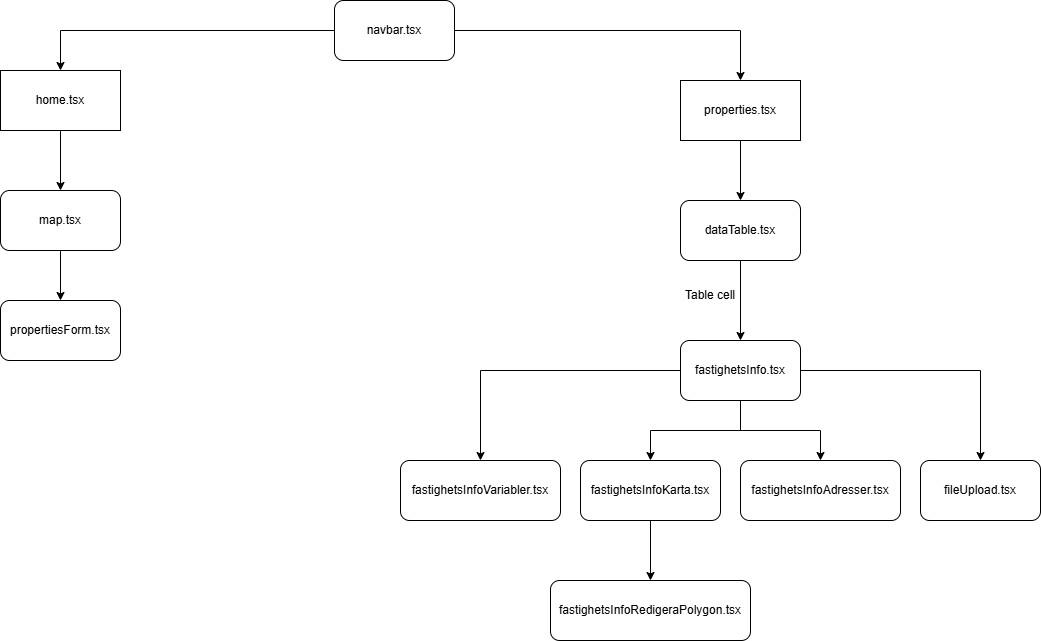
This is public/BooiqMap.drawio.png from MalcolmBurman/BooiqMapApp, a draw.io export, as it was before one commit. Source tidied: cells renumbered, new cells last; positions are measured from the earlier drawing's top-left corner, leaving out a move shared by most shapes.
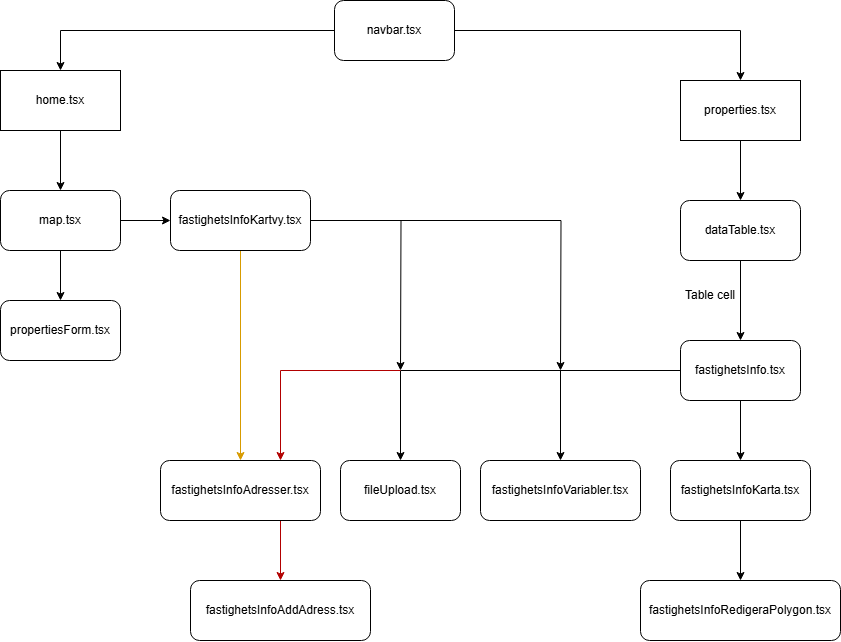
Later version of the same file.

Diff of the diagram source:
```diff
@@ -38,12 +38,17 @@
     <mxCell id="13" style="edgeStyle=orthogonalEdgeStyle;rounded=0;jettySize=auto;html=1;entryX=0.5;entryY=0;entryDx=0;entryDy=0;" parent="1" edge="1" source="16" target="21">
       <mxGeometry relative="1" as="geometry" />
     </mxCell>
-    <mxCell id="14" style="edgeStyle=orthogonalEdgeStyle;rounded=0;jettySize=auto;html=1;entryX=0.5;entryY=0;entryDx=0;entryDy=0;" parent="1" edge="1" source="16" target="19">
-      <mxGeometry relative="1" as="geometry" />
-    </mxCell>
     <mxCell id="15" style="edgeStyle=orthogonalEdgeStyle;rounded=0;jettySize=auto;html=1;entryX=0.5;entryY=0;entryDx=0;entryDy=0;" parent="1" edge="1" source="16" target="22">
       <mxGeometry relative="1" as="geometry" />
     </mxCell>
+    <mxCell id="26" style="edgeStyle=orthogonalEdgeStyle;rounded=0;jettySize=auto;html=1;entryX=0.75;entryY=0;entryDx=0;entryDy=0;fillColor=#e51400;strokeColor=#B20000;" parent="1" edge="1" target="19">
+      <mxGeometry relative="1" as="geometry">
+        <mxPoint x="400" y="370" as="sourcePoint" />
+        <Array as="points">
+          <mxPoint x="280" y="370" />
+        </Array>
+      </mxGeometry>
+    </mxCell>
     <mxCell id="16" value="fastighetsInfo.tsx" style="rounded=1;whiteSpace=wrap;html=1;" parent="1" vertex="1">
       <mxGeometry x="680" y="340" width="120" height="60" as="geometry" />
     </mxCell>
@@ -51,28 +56,53 @@
       <mxGeometry x="680" y="280" width="60" height="30" as="geometry" />
     </mxCell>
     <mxCell id="18" value="fastighetsInfoVariabler.tsx" style="rounded=1;whiteSpace=wrap;html=1;" parent="1" vertex="1">
-      <mxGeometry x="400" y="460" width="160" height="60" as="geometry" />
+      <mxGeometry x="480" y="460" width="160" height="60" as="geometry" />
     </mxCell>
+    <mxCell id="27" style="edgeStyle=orthogonalEdgeStyle;rounded=0;jettySize=auto;html=1;exitX=0.75;exitY=1;exitDx=0;exitDy=0;fillColor=#e51400;strokeColor=#B20000;" parent="1" edge="1" source="19" target="33">
+      <mxGeometry relative="1" as="geometry" />
+    </mxCell>
     <mxCell id="19" value="fastighetsInfoAdresser.tsx" style="rounded=1;whiteSpace=wrap;html=1;" parent="1" vertex="1">
-      <mxGeometry x="740" y="460" width="160" height="60" as="geometry" />
+      <mxGeometry x="160" y="460" width="160" height="60" as="geometry" />
     </mxCell>
     <mxCell id="20" style="edgeStyle=orthogonalEdgeStyle;rounded=0;jettySize=auto;html=1;" parent="1" edge="1" source="21" target="23">
       <mxGeometry relative="1" as="geometry" />
     </mxCell>
     <mxCell id="21" value="fastighetsInfoKarta.tsx" style="rounded=1;whiteSpace=wrap;html=1;" parent="1" vertex="1">
-      <mxGeometry x="580" y="460" width="140" height="60" as="geometry" />
+      <mxGeometry x="670" y="460" width="140" height="60" as="geometry" />
     </mxCell>
     <mxCell id="22" value="fileUpload.tsx" style="rounded=1;whiteSpace=wrap;html=1;" parent="1" vertex="1">
-      <mxGeometry x="920" y="460" width="120" height="60" as="geometry" />
+      <mxGeometry x="340" y="460" width="120" height="60" as="geometry" />
     </mxCell>
     <mxCell id="23" value="fastighetsInfoRedigeraPolygon.tsx" style="rounded=1;whiteSpace=wrap;html=1;" parent="1" vertex="1">
-      <mxGeometry x="550" y="580" width="200" height="60" as="geometry" />
+      <mxGeometry x="640" y="580" width="200" height="60" as="geometry" />
     </mxCell>
     <mxCell id="24" style="edgeStyle=orthogonalEdgeStyle;rounded=0;jettySize=auto;html=1;entryX=0.5;entryY=0;entryDx=0;entryDy=0;" parent="1" edge="1" source="25" target="9">
       <mxGeometry relative="1" as="geometry" />
     </mxCell>
+    <mxCell id="28" style="edgeStyle=orthogonalEdgeStyle;rounded=0;jettySize=auto;html=1;entryX=0;entryY=0.5;entryDx=0;entryDy=0;" parent="1" edge="1" source="25" target="32">
+      <mxGeometry relative="1" as="geometry" />
+    </mxCell>
     <mxCell id="25" value="map.tsx" style="rounded=1;whiteSpace=wrap;html=1;" parent="1" vertex="1">
       <mxGeometry y="190" width="120" height="60" as="geometry" />
     </mxCell>
+    <mxCell id="29" style="edgeStyle=orthogonalEdgeStyle;rounded=0;jettySize=auto;html=1;" parent="1" edge="1" source="32">
+      <mxGeometry relative="1" as="geometry">
+        <mxPoint x="400" y="370" as="targetPoint" />
+      </mxGeometry>
+    </mxCell>
+    <mxCell id="30" style="edgeStyle=orthogonalEdgeStyle;rounded=0;jettySize=auto;html=1;" parent="1" edge="1" source="32">
+      <mxGeometry relative="1" as="geometry">
+        <mxPoint x="560" y="370" as="targetPoint" />
+      </mxGeometry>
+    </mxCell>
+    <mxCell id="31" style="edgeStyle=orthogonalEdgeStyle;rounded=0;jettySize=auto;html=1;entryX=0.5;entryY=0;entryDx=0;entryDy=0;fillColor=#ffe6cc;strokeColor=#d79b00;curved=0;" parent="1" edge="1" source="32" target="19">
+      <mxGeometry relative="1" as="geometry" />
+    </mxCell>
+    <mxCell id="32" value="fastighetsInfoKartvy.tsx" style="rounded=1;whiteSpace=wrap;html=1;" parent="1" vertex="1">
+      <mxGeometry x="170" y="190" width="140" height="60" as="geometry" />
+    </mxCell>
+    <mxCell id="33" value="fastighetsInfoAddAdress.tsx" style="rounded=1;whiteSpace=wrap;html=1;" parent="1" vertex="1">
+      <mxGeometry x="190" y="580" width="180" height="60" as="geometry" />
+    </mxCell>
   </root>
 </mxGraphModel>
```
